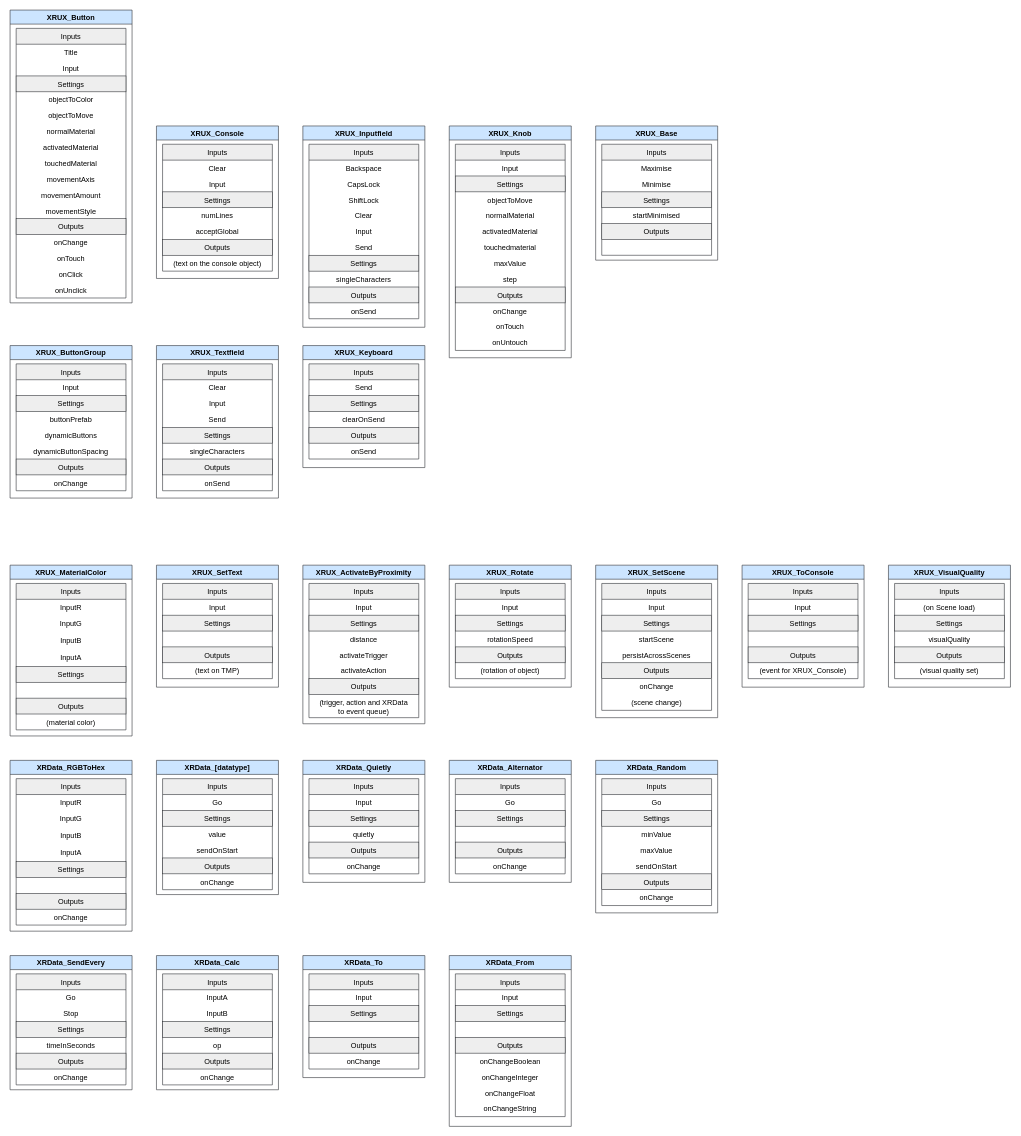
This is Unity OpenXR Base/Documentation/Examples/Templates.drawio from smart-digital-lab/openxr_ux_base, a draw.io file, before an edit. Source tidied: cells renumbered, new cells numbered last; positions are measured from the earlier drawing's top-left corner, leaving out a move shared by most shapes. Both pictures are drawn from the tidied source at 61%, with x=0, y=0 at pixel (10, 10).
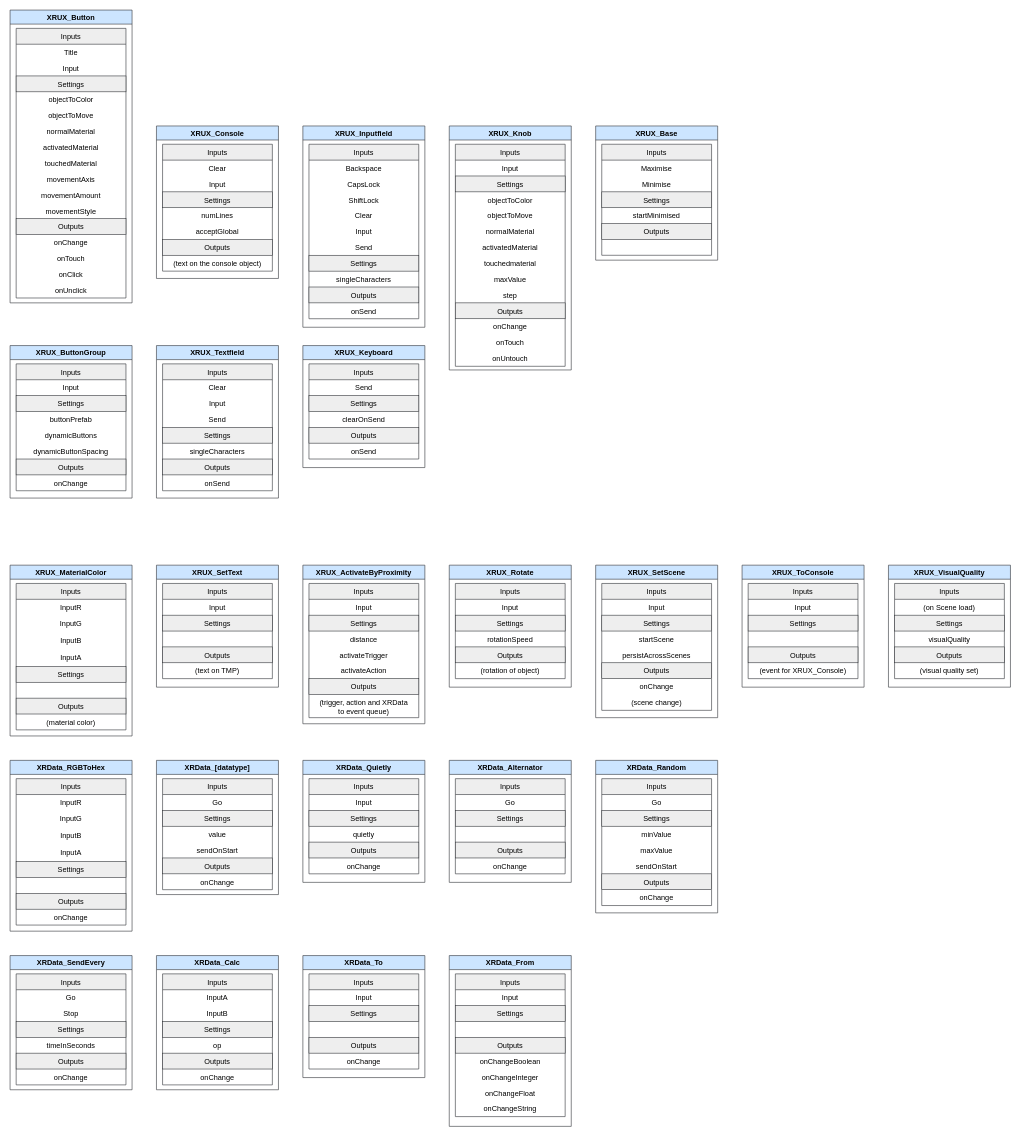
The same diagram, later.

Change to the diagram source:
```diff
@@
     <mxCell id="41" value="XRUX_Knob" style="swimlane;fillColor=#cce5ff;strokeColor=#36393d;" parent="1" vertex="1">
-      <mxGeometry x="720" y="190" width="200" height="380" as="geometry" />
+      <mxGeometry x="720" y="190" width="200" height="400" as="geometry" />
     </mxCell>
     <mxCell id="42" value="Inputs" style="swimlane;fontStyle=0;horizontal=1;startSize=26;fillColor=#eeeeee;strokeColor=#36393d;perimeter=rectanglePerimeter;" parent="41" vertex="1">
-      <mxGeometry x="10" y="30" width="180" height="338" as="geometry" />
+      <mxGeometry x="10" y="30" width="180" height="364" as="geometry" />
     </mxCell>
@@
+    <mxCell id="218" value="objectToColor" style="text;strokeColor=none;fillColor=none;align=center;verticalAlign=top;spacingLeft=4;spacingRight=4;overflow=hidden;imageAlign=center;" parent="42" vertex="1">
+      <mxGeometry y="78" width="180" height="26" as="geometry" />
+    </mxCell>
     <mxCell id="45" value="objectToMove" style="text;strokeColor=none;fillColor=none;align=center;verticalAlign=top;spacingLeft=4;spacingRight=4;overflow=hidden;imageAlign=center;" parent="42" vertex="1">
-      <mxGeometry y="78" width="180" height="26" as="geometry" />
+      <mxGeometry y="104" width="180" height="26" as="geometry" />
     </mxCell>
     <mxCell id="46" value="normalMaterial" style="text;strokeColor=none;fillColor=none;align=center;verticalAlign=top;spacingLeft=4;spacingRight=4;overflow=hidden;imageAlign=center;" parent="42" vertex="1">
-      <mxGeometry y="104" width="180" height="26" as="geometry" />
+      <mxGeometry y="130" width="180" height="26" as="geometry" />
     </mxCell>
     <mxCell id="47" value="activatedMaterial" style="text;strokeColor=none;fillColor=none;align=center;verticalAlign=top;spacingLeft=4;spacingRight=4;overflow=hidden;imageAlign=center;" parent="42" vertex="1">
-      <mxGeometry y="130" width="180" height="26" as="geometry" />
+      <mxGeometry y="156" width="180" height="26" as="geometry" />
     </mxCell>
     <mxCell id="48" value="touchedmaterial" style="text;strokeColor=none;fillColor=none;align=center;verticalAlign=top;spacingLeft=4;spacingRight=4;overflow=hidden;imageAlign=center;" parent="42" vertex="1">
-      <mxGeometry y="156" width="180" height="26" as="geometry" />
+      <mxGeometry y="182" width="180" height="26" as="geometry" />
     </mxCell>
     <mxCell id="49" value="maxValue" style="text;strokeColor=none;fillColor=none;align=center;verticalAlign=top;spacingLeft=4;spacingRight=4;overflow=hidden;imageAlign=center;" parent="42" vertex="1">
-      <mxGeometry y="182" width="180" height="26" as="geometry" />
+      <mxGeometry y="208" width="180" height="26" as="geometry" />
     </mxCell>
     <mxCell id="50" value="step" style="text;strokeColor=none;fillColor=none;align=center;verticalAlign=top;spacingLeft=4;spacingRight=4;overflow=hidden;imageAlign=center;" parent="42" vertex="1">
-      <mxGeometry y="208" width="180" height="26" as="geometry" />
+      <mxGeometry y="234" width="180" height="26" as="geometry" />
     </mxCell>
     <mxCell id="51" value="Outputs" style="text;strokeColor=#36393d;fillColor=#eeeeee;align=center;verticalAlign=top;spacingLeft=4;spacingRight=4;overflow=hidden;imageAlign=center;" parent="42" vertex="1">
-      <mxGeometry y="234" width="180" height="26" as="geometry" />
+      <mxGeometry y="260" width="180" height="26" as="geometry" />
     </mxCell>
     <mxCell id="52" value="onChange" style="text;strokeColor=none;fillColor=none;align=center;verticalAlign=top;spacingLeft=4;spacingRight=4;overflow=hidden;imageAlign=center;" parent="42" vertex="1">
-      <mxGeometry y="260" width="180" height="26" as="geometry" />
+      <mxGeometry y="286" width="180" height="26" as="geometry" />
     </mxCell>
     <mxCell id="53" value="onTouch" style="text;strokeColor=none;fillColor=none;align=center;verticalAlign=top;spacingLeft=4;spacingRight=4;overflow=hidden;imageAlign=center;" parent="42" vertex="1">
-      <mxGeometry y="286" width="180" height="26" as="geometry" />
+      <mxGeometry y="312" width="180" height="26" as="geometry" />
     </mxCell>
     <mxCell id="54" value="onUntouch" style="text;strokeColor=none;fillColor=none;align=center;verticalAlign=top;spacingLeft=4;spacingRight=4;overflow=hidden;imageAlign=center;" parent="42" vertex="1">
-      <mxGeometry y="312" width="180" height="26" as="geometry" />
+      <mxGeometry y="338" width="180" height="26" as="geometry" />
     </mxCell>
```
